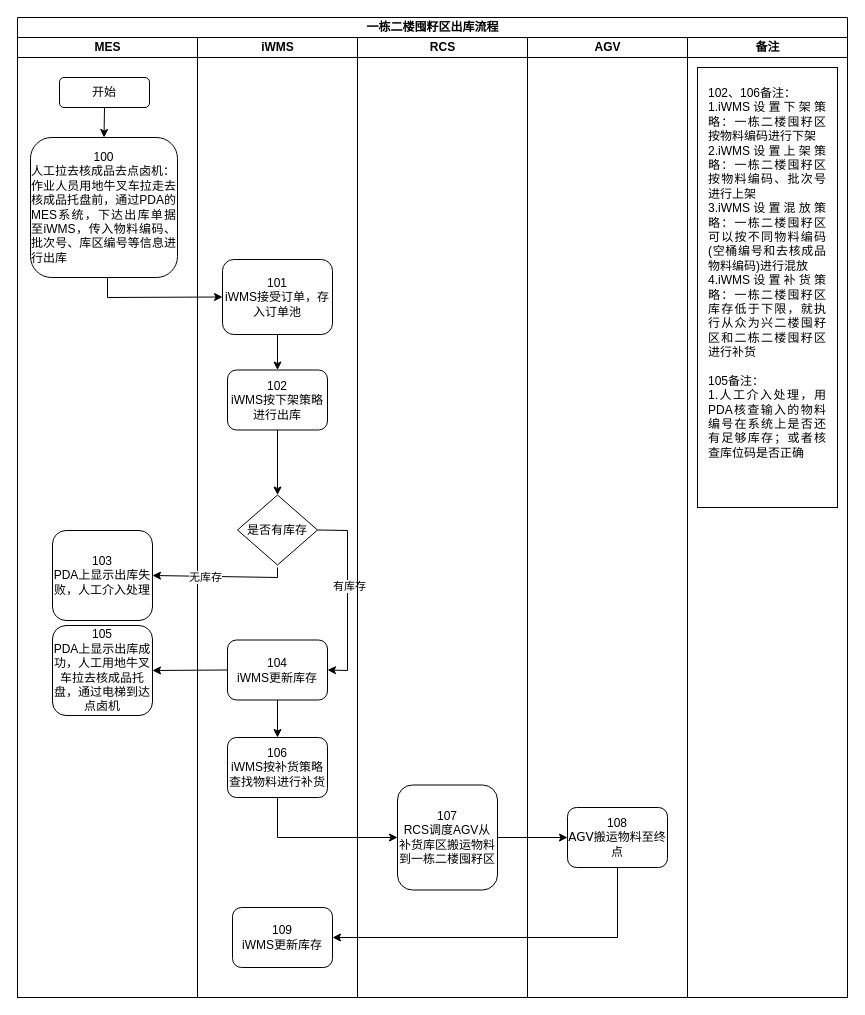
This is page "一栋二楼囤籽区出库流程" (7 of 18) of data/伍子醉-无MES业务流程图.drawio from chenyanxi/hosts, a draw.io file, before an edit. Source tidied: cells renumbered, new cells numbered last; positions are measured from the earlier drawing's top-left corner, leaving out a move shared by most shapes. Both pictures are drawn from the tidied source at 100%, with x=0, y=0 at pixel (17, 17).
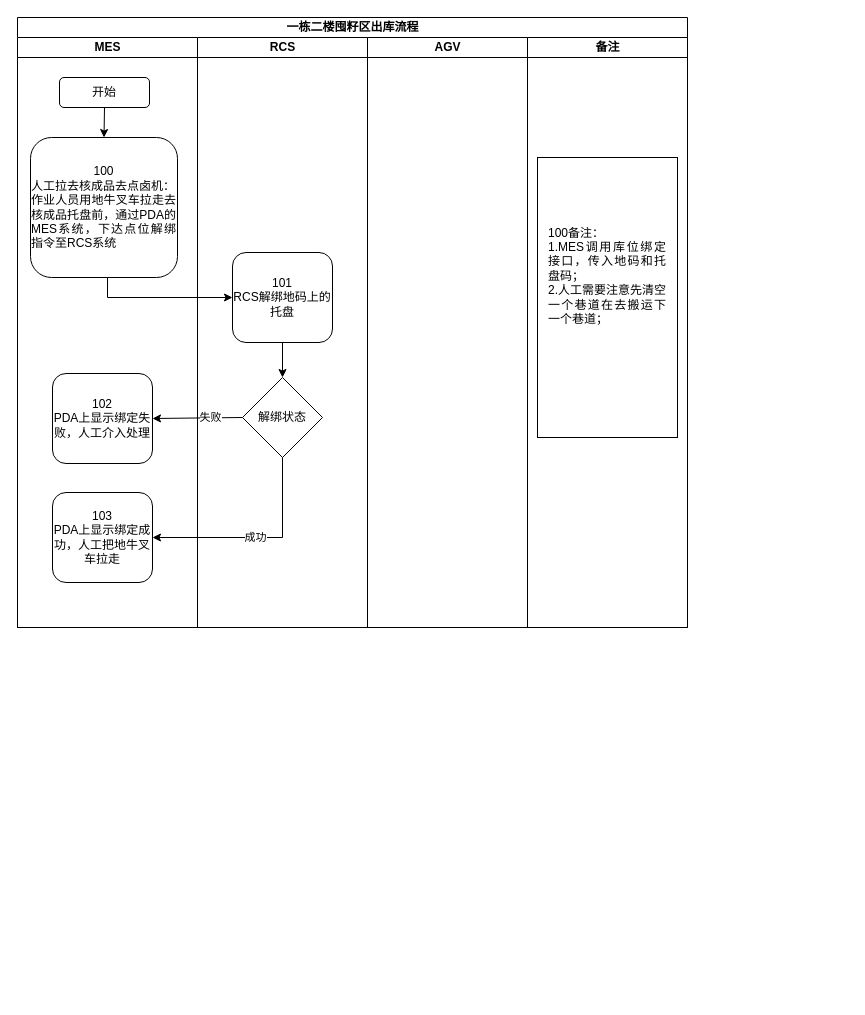
After the change.

Change to the diagram source:
```diff
@@
     <mxCell id="2" value="&lt;font style=&quot;font-size: 12px;&quot;&gt;一栋二楼囤籽区出库流程&lt;/font&gt;" style="swimlane;html=1;startSize=20;rounded=0;shadow=0;labelBackgroundColor=none;strokeWidth=1;fontFamily=Verdana;fontSize=8;align=center;" parent="1" vertex="1">
-      <mxGeometry width="830" height="980" as="geometry" />
+      <mxGeometry width="670" height="610" as="geometry" />
     </mxCell>
     <mxCell id="3" value="MES" style="swimlane;html=1;startSize=20;" parent="2" vertex="1">
-      <mxGeometry y="20" width="180" height="960" as="geometry" />
+      <mxGeometry y="20" width="180" height="590" as="geometry" />
     </mxCell>
@@
-    <mxCell id="5" value="&lt;div&gt;&lt;font face=&quot;Helvetica&quot; style=&quot;font-size: 12px;&quot;&gt;103&lt;/font&gt;&lt;/div&gt;&lt;font face=&quot;Helvetica&quot;&gt;&lt;span style=&quot;font-size: 12px;&quot;&gt;PDA上显示出库失败，人工介入处理&lt;/span&gt;&lt;/font&gt;" style="rounded=1;whiteSpace=wrap;html=1;shadow=0;labelBackgroundColor=none;strokeWidth=1;fontFamily=Verdana;fontSize=8;align=center;" parent="3" vertex="1">
-      <mxGeometry x="35" y="493" width="100" height="90" as="geometry" />
-    </mxCell>
-    <mxCell id="6" value="&lt;div style=&quot;&quot;&gt;&lt;span style=&quot;font-size: 12px; font-family: Helvetica; background-color: initial;&quot;&gt;100&lt;/span&gt;&lt;/div&gt;&lt;font style=&quot;font-size: 12px;&quot; face=&quot;Helvetica&quot;&gt;&lt;div style=&quot;text-align: justify;&quot;&gt;&lt;span style=&quot;background-color: initial;&quot;&gt;人工拉去核成品去点卤机：&lt;/span&gt;&lt;/div&gt;&lt;/font&gt;&lt;div style=&quot;text-align: justify;&quot;&gt;&lt;font style=&quot;font-size: 12px;&quot; face=&quot;Helvetica&quot;&gt;作业人员用地牛叉车拉走去核成品托盘前，通过PDA的MES系统，下达出库单据至iWMS，传入物料编码、批次号、库区编号等信息进行出库&lt;/font&gt;&lt;/div&gt;" style="rounded=1;whiteSpace=wrap;html=1;shadow=0;labelBackgroundColor=none;strokeWidth=1;fontFamily=Verdana;fontSize=8;align=center;" parent="3" vertex="1">
+    <mxCell id="6" value="&lt;div style=&quot;&quot;&gt;&lt;span style=&quot;font-size: 12px; font-family: Helvetica; background-color: initial;&quot;&gt;100&lt;/span&gt;&lt;/div&gt;&lt;font style=&quot;font-size: 12px;&quot; face=&quot;Helvetica&quot;&gt;&lt;div style=&quot;text-align: justify;&quot;&gt;&lt;span style=&quot;background-color: initial;&quot;&gt;人工拉去核成品去点卤机：&lt;/span&gt;&lt;/div&gt;&lt;/font&gt;&lt;div style=&quot;text-align: justify;&quot;&gt;&lt;font style=&quot;font-size: 12px;&quot; face=&quot;Helvetica&quot;&gt;作业人员用地牛叉车拉走去核成品托盘前，通过PDA的MES系统，下达&lt;/font&gt;&lt;span style=&quot;font-family: Helvetica; font-size: 12px; background-color: initial;&quot;&gt;点位解绑指令至RCS系统&lt;/span&gt;&lt;/div&gt;" style="rounded=1;whiteSpace=wrap;html=1;shadow=0;labelBackgroundColor=none;strokeWidth=1;fontFamily=Verdana;fontSize=8;align=center;" parent="3" vertex="1">
       <mxGeometry x="13" y="100" width="147" height="140" as="geometry" />
     </mxCell>
@@
-    <mxCell id="8" value="&lt;div&gt;&lt;font face=&quot;Helvetica&quot; style=&quot;font-size: 12px;&quot;&gt;105&lt;/font&gt;&lt;/div&gt;&lt;font face=&quot;Helvetica&quot;&gt;&lt;span style=&quot;font-size: 12px;&quot;&gt;PDA上显示出库成功，人工用地牛叉车拉去核成品托盘，通过电梯到达点卤机&lt;/span&gt;&lt;/font&gt;" style="rounded=1;whiteSpace=wrap;html=1;shadow=0;labelBackgroundColor=none;strokeWidth=1;fontFamily=Verdana;fontSize=8;align=center;" parent="3" vertex="1">
-      <mxGeometry x="35" y="588" width="100" height="90" as="geometry" />
-    </mxCell>
-    <mxCell id="9" value="iWMS" style="swimlane;html=1;startSize=20;" parent="2" vertex="1">
-      <mxGeometry x="180" y="20" width="160" height="960" as="geometry" />
-    </mxCell>
-    <mxCell id="10" value="&lt;font style=&quot;font-size: 12px;&quot; face=&quot;Helvetica&quot;&gt;101&lt;/font&gt;&lt;div&gt;&lt;font style=&quot;font-size: 12px;&quot; face=&quot;Helvetica&quot;&gt;iWMS接受订单，存入订单池&lt;/font&gt;&lt;/div&gt;" style="rounded=1;whiteSpace=wrap;html=1;shadow=0;labelBackgroundColor=none;strokeWidth=1;fontFamily=Verdana;fontSize=8;align=center;" parent="9" vertex="1">
-      <mxGeometry x="25" y="222" width="110" height="75" as="geometry" />
-    </mxCell>
-    <mxCell id="11" value="&lt;font face=&quot;Helvetica&quot;&gt;&lt;span style=&quot;font-size: 12px;&quot;&gt;是否有库存&lt;/span&gt;&lt;/font&gt;" style="rhombus;whiteSpace=wrap;html=1;rounded=0;shadow=0;labelBackgroundColor=none;strokeWidth=1;fontFamily=Verdana;fontSize=8;align=center;" parent="9" vertex="1">
-      <mxGeometry x="40" y="457.5" width="80" height="70" as="geometry" />
-    </mxCell>
-    <mxCell id="12" style="endArrow=classic;html=1;rounded=0;entryX=1;entryY=0.5;entryDx=0;entryDy=0;" parent="9" edge="1" target="5">
-      <mxGeometry relative="1" as="geometry">
-        <mxPoint x="80" y="530" as="sourcePoint" />
-        <Array as="points">
-          <mxPoint x="80" y="540" />
-        </Array>
-      </mxGeometry>
-    </mxCell>
-    <mxCell id="13" value="无库存" style="edgeLabel;html=1;align=center;verticalAlign=middle;" parent="12" vertex="1">
-      <mxGeometry x="0.22" y="1" relative="1" as="geometry" />
-    </mxCell>
-    <mxCell id="14" value="&lt;font style=&quot;font-size: 12px;&quot; face=&quot;Helvetica&quot;&gt;102&lt;/font&gt;&lt;div&gt;&lt;font style=&quot;font-size: 12px;&quot; face=&quot;Helvetica&quot;&gt;iWMS按下架策略进行出库&lt;/font&gt;&lt;/div&gt;" style="rounded=1;whiteSpace=wrap;html=1;shadow=0;labelBackgroundColor=none;strokeWidth=1;fontFamily=Verdana;fontSize=8;align=center;" parent="9" vertex="1">
-      <mxGeometry x="30" y="332.5" width="100" height="60" as="geometry" />
-    </mxCell>
-    <mxCell id="15" style="endArrow=classic;html=1;rounded=0;exitX=0.5;exitY=1;exitDx=0;exitDy=0;entryX=0.5;entryY=0;entryDx=0;entryDy=0;" parent="9" edge="1" source="10" target="14">
-      <mxGeometry relative="1" as="geometry" />
-    </mxCell>
-    <mxCell id="16" style="endArrow=classic;html=1;rounded=0;exitX=0.5;exitY=1;exitDx=0;exitDy=0;entryX=0.5;entryY=0;entryDx=0;entryDy=0;" parent="9" edge="1" source="14" target="11">
-      <mxGeometry relative="1" as="geometry" />
-    </mxCell>
-    <mxCell id="17" value="&lt;font style=&quot;font-size: 12px;&quot; face=&quot;Helvetica&quot;&gt;104&lt;/font&gt;&lt;div&gt;&lt;font style=&quot;font-size: 12px;&quot; face=&quot;Helvetica&quot;&gt;iWMS更新库存&lt;/font&gt;&lt;/div&gt;" style="rounded=1;whiteSpace=wrap;html=1;shadow=0;labelBackgroundColor=none;strokeWidth=1;fontFamily=Verdana;fontSize=8;align=center;" parent="9" vertex="1">
-      <mxGeometry x="30" y="602.5" width="100" height="60" as="geometry" />
-    </mxCell>
-    <mxCell id="18" value="&lt;font style=&quot;font-size: 12px;&quot; face=&quot;Helvetica&quot;&gt;106&lt;/font&gt;&lt;div&gt;&lt;font style=&quot;font-size: 12px;&quot; face=&quot;Helvetica&quot;&gt;iWMS按补货策略查找物料进行补货&lt;/font&gt;&lt;/div&gt;" style="rounded=1;whiteSpace=wrap;html=1;shadow=0;labelBackgroundColor=none;strokeWidth=1;fontFamily=Verdana;fontSize=8;align=center;" parent="9" vertex="1">
-      <mxGeometry x="30" y="700" width="100" height="60" as="geometry" />
-    </mxCell>
-    <mxCell id="19" style="endArrow=classic;html=1;rounded=0;exitX=0.5;exitY=1;exitDx=0;exitDy=0;" parent="9" edge="1" source="17" target="18">
-      <mxGeometry relative="1" as="geometry" />
-    </mxCell>
-    <mxCell id="20" value="&lt;font style=&quot;font-size: 12px;&quot; face=&quot;Helvetica&quot;&gt;109&lt;/font&gt;&lt;div&gt;&lt;font style=&quot;font-size: 12px;&quot; face=&quot;Helvetica&quot;&gt;iWMS更新库存&lt;/font&gt;&lt;/div&gt;" style="rounded=1;whiteSpace=wrap;html=1;shadow=0;labelBackgroundColor=none;strokeWidth=1;fontFamily=Verdana;fontSize=8;align=center;" parent="9" vertex="1">
-      <mxGeometry x="35" y="870" width="100" height="60" as="geometry" />
-    </mxCell>
-    <mxCell id="21" style="endArrow=classic;html=1;rounded=0;exitX=1;exitY=0.5;exitDx=0;exitDy=0;entryX=1;entryY=0.5;entryDx=0;entryDy=0;" parent="9" edge="1" source="11" target="17">
-      <mxGeometry relative="1" as="geometry">
-        <Array as="points">
-          <mxPoint x="150" y="493" />
-          <mxPoint x="150" y="633" />
-        </Array>
-      </mxGeometry>
-    </mxCell>
-    <mxCell id="22" value="有库存" style="edgeLabel;html=1;align=center;verticalAlign=middle;" parent="21" vertex="1">
-      <mxGeometry x="-0.1" y="1" relative="1" as="geometry" />
-    </mxCell>
     <mxCell id="23" value="RCS" style="swimlane;html=1;startSize=20;" parent="2" vertex="1">
-      <mxGeometry x="340" y="20" width="170" height="960" as="geometry" />
+      <mxGeometry x="180" y="20" width="170" height="590" as="geometry" />
     </mxCell>
-    <mxCell id="24" value="&lt;font style=&quot;font-size: 12px;&quot; face=&quot;Helvetica&quot;&gt;107&lt;/font&gt;&lt;div&gt;&lt;font style=&quot;font-size: 12px;&quot; face=&quot;Helvetica&quot;&gt;RCS调度AGV从&lt;/font&gt;&lt;span style=&quot;font-family: Helvetica; font-size: 12px; text-align: justify;&quot;&gt;补货库区&lt;/span&gt;&lt;font style=&quot;font-size: 12px;&quot; face=&quot;Helvetica&quot;&gt;搬运物料到一栋二楼囤籽区&lt;/font&gt;&lt;/div&gt;" style="rounded=1;whiteSpace=wrap;html=1;shadow=0;labelBackgroundColor=none;strokeWidth=1;fontFamily=Verdana;fontSize=8;align=center;" parent="23" vertex="1">
-      <mxGeometry x="40" y="747.5" width="100" height="105" as="geometry" />
-    </mxCell>
     <mxCell id="25" value="AGV" style="swimlane;html=1;startSize=20;" parent="2" vertex="1">
-      <mxGeometry x="510" y="20" width="160" height="960" as="geometry" />
+      <mxGeometry x="350" y="20" width="160" height="590" as="geometry" />
     </mxCell>
-    <mxCell id="26" value="&lt;font style=&quot;font-size: 12px;&quot; face=&quot;Helvetica&quot;&gt;108&lt;/font&gt;&lt;div&gt;&lt;font style=&quot;font-size: 12px;&quot;&gt;AGV搬运物料至终点&lt;/font&gt;&lt;/div&gt;" style="rounded=1;whiteSpace=wrap;html=1;shadow=0;labelBackgroundColor=none;strokeWidth=1;fontFamily=Verdana;fontSize=8;align=center;" parent="25" vertex="1">
-      <mxGeometry x="40" y="770" width="100" height="60" as="geometry" />
-    </mxCell>
     <mxCell id="27" value="备注" style="swimlane;html=1;startSize=20;" parent="2" vertex="1">
-      <mxGeometry x="670" y="20" width="160" height="960" as="geometry" />
+      <mxGeometry x="510" y="20" width="160" height="590" as="geometry" />
     </mxCell>
-    <mxCell id="28" value="&lt;div style=&quot;text-align: justify;&quot;&gt;102、106备注：&lt;/div&gt;&lt;div style=&quot;text-align: justify;&quot;&gt;&lt;div style=&quot;text-align: justify;&quot;&gt;&lt;span style=&quot;text-align: center; background-color: initial;&quot;&gt;1.iWMS设置下架策略：一栋二楼囤籽区按物料编码进行下架&lt;/span&gt;&lt;/div&gt;&lt;div style=&quot;text-align: justify;&quot;&gt;&lt;span style=&quot;text-align: center;&quot;&gt;2.&lt;/span&gt;&lt;span style=&quot;background-color: initial; text-align: center;&quot;&gt;iWMS设置上架策略：一栋二楼囤籽区按物料编码、批次号进行上架&lt;/span&gt;&lt;/div&gt;&lt;div&gt;&lt;div&gt;3.iWMS设置混放策略：一栋二楼囤籽区可以按不同物料编码(空桶编号和去核成品物料编码)进行混放&lt;/div&gt;&lt;div&gt;4.iWMS设置补货策略：一栋二楼囤籽区库存低于下限，就执行从众为兴二楼囤籽区和二栋二楼囤籽区进行补货&lt;/div&gt;&lt;/div&gt;&lt;/div&gt;&lt;div style=&quot;text-align: justify;&quot;&gt;&lt;span style=&quot;text-align: center;&quot;&gt;&lt;br&gt;&lt;/span&gt;&lt;/div&gt;&lt;div style=&quot;text-align: justify;&quot;&gt;&lt;span style=&quot;text-align: center;&quot;&gt;105备注：&lt;/span&gt;&lt;/div&gt;&lt;div style=&quot;text-align: justify;&quot;&gt;1.人工介入处理，用PDA核查输入的物料编号在系统上是否还有足够库存；或者核查库位码是否正确&lt;/div&gt;&lt;div style=&quot;text-align: justify;&quot;&gt;&lt;br&gt;&lt;/div&gt;&lt;div style=&quot;text-align: justify;&quot;&gt;&lt;div&gt;&lt;br&gt;&lt;/div&gt;&lt;/div&gt;" style="rounded=0;whiteSpace=wrap;html=1;spacingTop=5;spacingLeft=10;spacingBottom=5;spacingRight=10;" parent="27" vertex="1">
-      <mxGeometry x="10" y="30" width="140" height="440" as="geometry" />
+    <mxCell id="28" value="&lt;div style=&quot;text-align: justify;&quot;&gt;&lt;div&gt;100备注：&lt;/div&gt;&lt;div&gt;1.&lt;span style=&quot;background-color: initial; text-align: center;&quot;&gt;MES调用库位绑定接口，传入地码和托盘码；&lt;/span&gt;&lt;/div&gt;&lt;div&gt;2.人工需要注意先清空一个巷道在去搬运下一个巷道；&lt;/div&gt;&lt;div&gt;&lt;br&gt;&lt;/div&gt;&lt;div&gt;&lt;br&gt;&lt;/div&gt;&lt;div&gt;&lt;br&gt;&lt;/div&gt;&lt;/div&gt;" style="rounded=0;whiteSpace=wrap;html=1;spacingTop=5;spacingLeft=10;spacingBottom=5;spacingRight=10;" parent="27" vertex="1">
+      <mxGeometry x="10" y="120" width="140" height="280" as="geometry" />
     </mxCell>
-    <mxCell id="29" style="endArrow=classic;html=1;rounded=0;exitX=1;exitY=0.5;exitDx=0;exitDy=0;entryX=0;entryY=0.5;entryDx=0;entryDy=0;" parent="2" edge="1" source="24" target="26">
-      <mxGeometry relative="1" as="geometry" />
-    </mxCell>
-    <mxCell id="30" style="endArrow=classic;html=1;rounded=0;exitX=0.5;exitY=1;exitDx=0;exitDy=0;entryX=1;entryY=0.5;entryDx=0;entryDy=0;" parent="2" edge="1" source="26" target="20">
-      <mxGeometry relative="1" as="geometry">
-        <Array as="points">
-          <mxPoint x="600" y="920" />
-        </Array>
-      </mxGeometry>
-    </mxCell>
+    <mxCell id="34" value="解绑状态" style="rhombus;whiteSpace=wrap;html=1;" parent="1" vertex="1">
+      <mxGeometry x="225" y="360" width="80" height="80" as="geometry" />
+    </mxCell>
+    <mxCell id="35" value="&lt;div&gt;&lt;font face=&quot;Helvetica&quot; style=&quot;font-size: 12px;&quot;&gt;102&lt;/font&gt;&lt;/div&gt;&lt;font face=&quot;Helvetica&quot;&gt;&lt;span style=&quot;font-size: 12px;&quot;&gt;PDA上显示绑定失败，人工介入处理&lt;/span&gt;&lt;/font&gt;" style="rounded=1;whiteSpace=wrap;html=1;shadow=0;labelBackgroundColor=none;strokeWidth=1;fontFamily=Verdana;fontSize=8;align=center;" parent="1" vertex="1">
+      <mxGeometry x="35" y="356" width="100" height="90" as="geometry" />
+    </mxCell>
+    <mxCell id="36" value="&lt;div&gt;&lt;font face=&quot;Helvetica&quot; style=&quot;font-size: 12px;&quot;&gt;103&lt;/font&gt;&lt;/div&gt;&lt;font face=&quot;Helvetica&quot;&gt;&lt;span style=&quot;font-size: 12px;&quot;&gt;PDA上显示绑定成功，人工把地牛叉车拉走&lt;/span&gt;&lt;/font&gt;" style="rounded=1;whiteSpace=wrap;html=1;shadow=0;labelBackgroundColor=none;strokeWidth=1;fontFamily=Verdana;fontSize=8;align=center;" parent="1" vertex="1">
+      <mxGeometry x="35" y="475" width="100" height="90" as="geometry" />
+    </mxCell>
+    <mxCell id="37" value="&lt;div&gt;&lt;font face=&quot;Helvetica&quot; style=&quot;font-size: 12px;&quot;&gt;101&lt;/font&gt;&lt;/div&gt;&lt;font face=&quot;Helvetica&quot;&gt;&lt;span style=&quot;font-size: 12px;&quot;&gt;RCS解绑地码上的托盘&lt;/span&gt;&lt;/font&gt;" style="rounded=1;whiteSpace=wrap;html=1;shadow=0;labelBackgroundColor=none;strokeWidth=1;fontFamily=Verdana;fontSize=8;align=center;" parent="1" vertex="1">
+      <mxGeometry x="215" y="235" width="100" height="90" as="geometry" />
+    </mxCell>
-    <mxCell id="31" style="endArrow=classic;html=1;rounded=0;entryX=0;entryY=0.5;entryDx=0;entryDy=0;exitX=0.524;exitY=1;exitDx=0;exitDy=0;exitPerimeter=0;" parent="2" edge="1" source="6" target="10">
+    <mxCell id="31" style="endArrow=classic;html=1;rounded=0;entryX=0;entryY=0.5;entryDx=0;entryDy=0;exitX=0.524;exitY=1;exitDx=0;exitDy=0;exitPerimeter=0;" parent="1" edge="1" source="6" target="37">
       <mxGeometry relative="1" as="geometry">
         <Array as="points">
           <mxPoint x="90" y="280" />
         </Array>
       </mxGeometry>
     </mxCell>
-    <mxCell id="32" style="endArrow=classic;html=1;rounded=0;exitX=0;exitY=0.5;exitDx=0;exitDy=0;entryX=1;entryY=0.5;entryDx=0;entryDy=0;" parent="2" edge="1" source="17" target="8">
-      <mxGeometry relative="1" as="geometry" />
-    </mxCell>
-    <mxCell id="33" style="endArrow=classic;html=1;rounded=0;exitX=0.5;exitY=1;exitDx=0;exitDy=0;entryX=0;entryY=0.5;entryDx=0;entryDy=0;" parent="2" edge="1" source="18" target="24">
-      <mxGeometry relative="1" as="geometry">
-        <Array as="points">
-          <mxPoint x="260" y="820" />
-        </Array>
-      </mxGeometry>
-    </mxCell>
+    <mxCell id="38" style="endArrow=classic;html=1;rounded=0;exitX=0.5;exitY=1;exitDx=0;exitDy=0;entryX=0.5;entryY=0;entryDx=0;entryDy=0;" parent="1" edge="1" source="37" target="34">
+      <mxGeometry relative="1" as="geometry" />
+    </mxCell>
+    <mxCell id="39" style="endArrow=classic;html=1;rounded=0;exitX=0;exitY=0.5;exitDx=0;exitDy=0;entryX=1;entryY=0.5;entryDx=0;entryDy=0;" parent="1" edge="1" source="34" target="35">
+      <mxGeometry relative="1" as="geometry" />
+    </mxCell>
+    <mxCell id="40" value="失败" style="edgeLabel;html=1;align=center;verticalAlign=middle;" parent="39" vertex="1">
+      <mxGeometry x="-0.28" y="-1" relative="1" as="geometry" />
+    </mxCell>
+    <mxCell id="41" style="endArrow=classic;html=1;rounded=0;exitX=0.5;exitY=1;exitDx=0;exitDy=0;entryX=1;entryY=0.5;entryDx=0;entryDy=0;" parent="1" edge="1" source="34" target="36">
+      <mxGeometry relative="1" as="geometry">
+        <Array as="points">
+          <mxPoint x="265" y="520" />
+        </Array>
+      </mxGeometry>
+    </mxCell>
+    <mxCell id="42" value="成功" style="edgeLabel;html=1;align=center;verticalAlign=middle;" parent="41" vertex="1">
+      <mxGeometry x="0.03" y="-1" relative="1" as="geometry" />
+    </mxCell>
```
